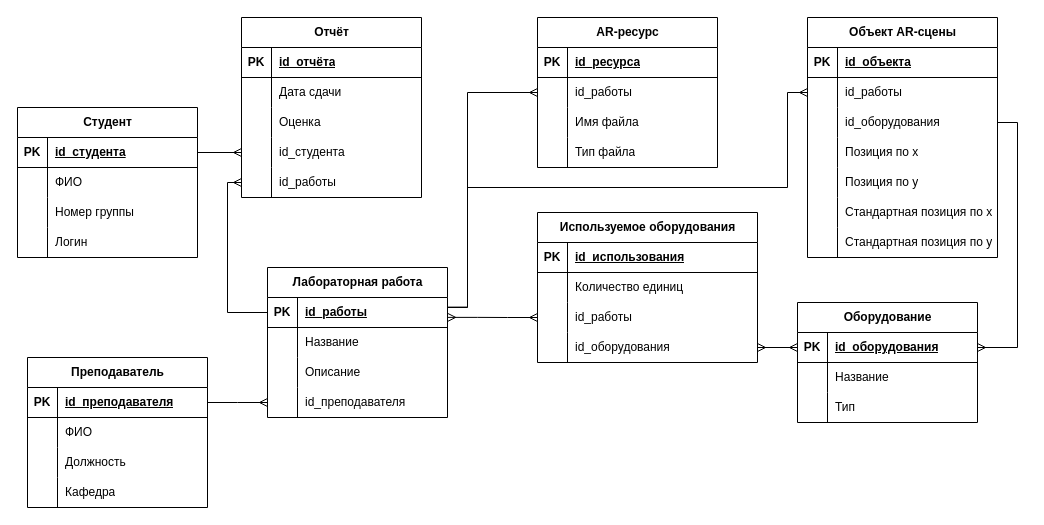
Before: models/er_logical.drawio in IamYonnie/Ucheb_pratc2026, a draw.io diagram. Source tidied: cells renumbered, new cells numbered last; positions are measured from the earlier drawing's top-left corner, leaving out a move shared by most shapes. Both pictures are drawn from the tidied source at 100%, with x=0, y=0 at pixel (17, 17).
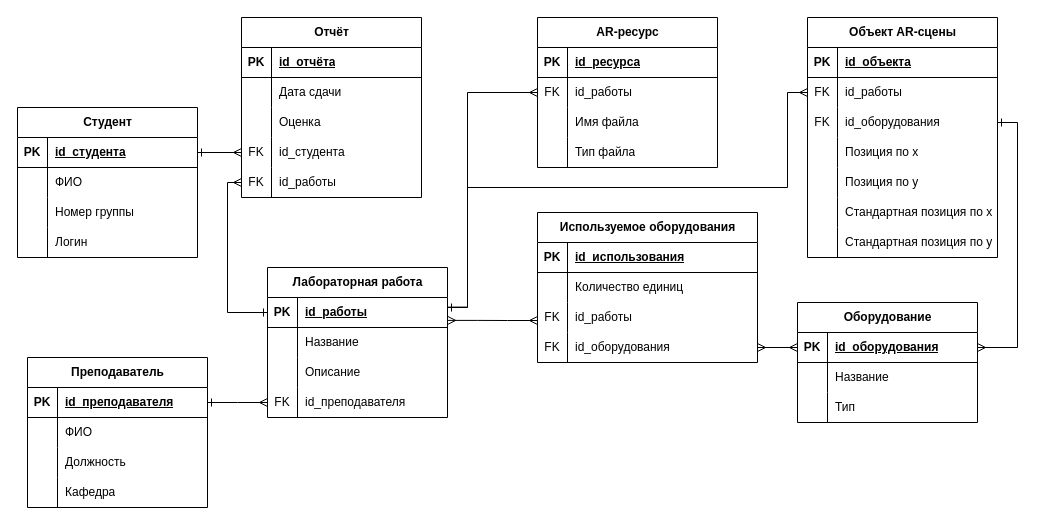
The same page after the edit.

Unchanged cells that the change refers to:
```xml
<mxCell id="12" style="shape=tableRow;horizontal=0;startSize=0;swimlaneHead=0;swimlaneBody=0;fillColor=none;points=[[0,0.5],[1,0.5]];portConstraint=eastwest;top=0;left=0;right=0;bottom=0;" parent="2" vertex="1">
  <mxGeometry y="120" width="180" height="30" as="geometry" />
</mxCell>
<mxCell id="15" style="shape=tableRow;horizontal=0;startSize=0;swimlaneHead=0;swimlaneBody=0;fillColor=none;points=[[0,0.5],[1,0.5]];portConstraint=eastwest;top=0;left=0;right=0;bottom=0;" parent="2" vertex="1">
  <mxGeometry y="150" width="180" height="30" as="geometry" />
</mxCell>
<mxCell id="19" style="shape=tableRow;horizontal=0;startSize=0;swimlaneHead=0;swimlaneBody=0;fillColor=none;points=[[0,0.5],[1,0.5]];portConstraint=eastwest;top=0;left=0;right=0;bottom=1;" parent="18" vertex="1">
  <mxGeometry y="30" width="180" height="30" as="geometry" />
</mxCell>
<mxCell id="28" value="Лабораторная работа" style="shape=table;startSize=30;childLayout=tableLayout;rowLines=0;fontStyle=1;align=center;html=1;" parent="1" vertex="1">
  <mxGeometry x="250" y="250" width="180" height="150" as="geometry" />
</mxCell>
<mxCell id="29" style="shape=tableRow;horizontal=0;startSize=0;swimlaneHead=0;swimlaneBody=0;fillColor=none;points=[[0,0.5],[1,0.5]];portConstraint=eastwest;top=0;left=0;right=0;bottom=1;" parent="28" vertex="1">
  <mxGeometry y="30" width="180" height="30" as="geometry" />
</mxCell>
<mxCell id="38" style="shape=tableRow;horizontal=0;startSize=0;swimlaneHead=0;swimlaneBody=0;fillColor=none;points=[[0,0.5],[1,0.5]];portConstraint=eastwest;top=0;left=0;right=0;bottom=0;" parent="28" vertex="1">
  <mxGeometry y="120" width="180" height="30" as="geometry" />
</mxCell>
<mxCell id="42" style="shape=tableRow;horizontal=0;startSize=0;swimlaneHead=0;swimlaneBody=0;fillColor=none;points=[[0,0.5],[1,0.5]];portConstraint=eastwest;top=0;left=0;right=0;bottom=1;" parent="41" vertex="1">
  <mxGeometry y="30" width="180" height="30" as="geometry" />
</mxCell>
<mxCell id="55" style="shape=tableRow;horizontal=0;startSize=0;swimlaneHead=0;swimlaneBody=0;fillColor=none;points=[[0,0.5],[1,0.5]];portConstraint=eastwest;top=0;left=0;right=0;bottom=1;" parent="54" vertex="1">
  <mxGeometry y="30" width="180" height="30" as="geometry" />
</mxCell>
<mxCell id="74" style="shape=tableRow;horizontal=0;startSize=0;swimlaneHead=0;swimlaneBody=0;fillColor=none;points=[[0,0.5],[1,0.5]];portConstraint=eastwest;top=0;left=0;right=0;bottom=0;" parent="67" vertex="1">
  <mxGeometry y="90" width="220" height="30" as="geometry" />
</mxCell>
<mxCell id="77" style="shape=tableRow;horizontal=0;startSize=0;swimlaneHead=0;swimlaneBody=0;fillColor=none;points=[[0,0.5],[1,0.5]];portConstraint=eastwest;top=0;left=0;right=0;bottom=0;" parent="67" vertex="1">
  <mxGeometry y="120" width="220" height="30" as="geometry" />
</mxCell>
<mxCell id="89" style="shape=tableRow;horizontal=0;startSize=0;swimlaneHead=0;swimlaneBody=0;fillColor=none;points=[[0,0.5],[1,0.5]];portConstraint=eastwest;top=0;left=0;right=0;bottom=0;" parent="85" vertex="1">
  <mxGeometry y="60" width="180" height="30" as="geometry" />
</mxCell>
<mxCell id="102" style="shape=tableRow;horizontal=0;startSize=0;swimlaneHead=0;swimlaneBody=0;fillColor=none;points=[[0,0.5],[1,0.5]];portConstraint=eastwest;top=0;left=0;right=0;bottom=0;" parent="98" vertex="1">
  <mxGeometry y="60" width="190" height="30" as="geometry" />
</mxCell>
<mxCell id="105" style="shape=tableRow;horizontal=0;startSize=0;swimlaneHead=0;swimlaneBody=0;fillColor=none;points=[[0,0.5],[1,0.5]];portConstraint=eastwest;top=0;left=0;right=0;bottom=0;" parent="98" vertex="1">
  <mxGeometry y="90" width="190" height="30" as="geometry" />
</mxCell>
```

Diff of the diagram source:
```diff
@@
-    <mxCell id="13" style="shape=partialRectangle;fillColor=none;top=0;left=0;bottom=0;right=0;overflow=hidden;whiteSpace=wrap;html=1;" parent="12" vertex="1">
+    <mxCell id="13" value="FK" style="shape=partialRectangle;fillColor=none;top=0;left=0;bottom=0;right=0;overflow=hidden;whiteSpace=wrap;html=1;" parent="12" vertex="1">
       <mxGeometry width="30" height="30" as="geometry" />
     </mxCell>
@@
-    <mxCell id="16" style="shape=partialRectangle;fillColor=none;top=0;left=0;bottom=0;right=0;overflow=hidden;whiteSpace=wrap;html=1;" parent="15" vertex="1">
+    <mxCell id="16" value="FK" style="shape=partialRectangle;fillColor=none;top=0;left=0;bottom=0;right=0;overflow=hidden;whiteSpace=wrap;html=1;" parent="15" vertex="1">
       <mxGeometry width="30" height="30" as="geometry" />
     </mxCell>
@@
-    <mxCell id="39" style="shape=partialRectangle;fillColor=none;top=0;left=0;bottom=0;right=0;overflow=hidden;whiteSpace=wrap;html=1;" parent="38" vertex="1">
+    <mxCell id="39" value="FK" style="shape=partialRectangle;fillColor=none;top=0;left=0;bottom=0;right=0;overflow=hidden;whiteSpace=wrap;html=1;" parent="38" vertex="1">
       <mxGeometry width="30" height="30" as="geometry" />
     </mxCell>
@@
+    <mxCell id="123" style="edgeStyle=orthogonalEdgeStyle;rounded=0;jettySize=auto;html=1;innerLoopWaypoints=1;exitX=1;exitY=0.5;exitDx=0;exitDy=0;defaultLabelBackgroundColor=page;labelPadding=0 4;endArrow=none;endFill=0;" parent="28" edge="1" source="29">
+      <mxGeometry x="0.02" relative="1" as="geometry">
+        <mxPoint x="180" y="40" as="targetPoint" />
+      </mxGeometry>
+    </mxCell>
@@
-    <mxCell id="75" style="shape=partialRectangle;fillColor=none;top=0;left=0;bottom=0;right=0;overflow=hidden;whiteSpace=wrap;html=1;" parent="74" vertex="1">
+    <mxCell id="75" value="FK" style="shape=partialRectangle;fillColor=none;top=0;left=0;bottom=0;right=0;overflow=hidden;whiteSpace=wrap;html=1;" parent="74" vertex="1">
       <mxGeometry width="30" height="30" as="geometry" />
     </mxCell>
@@
-    <mxCell id="78" style="shape=partialRectangle;fillColor=none;top=0;left=0;bottom=0;right=0;overflow=hidden;whiteSpace=wrap;html=1;" parent="77" vertex="1">
+    <mxCell id="78" value="FK" style="shape=partialRectangle;fillColor=none;top=0;left=0;bottom=0;right=0;overflow=hidden;whiteSpace=wrap;html=1;" parent="77" vertex="1">
       <mxGeometry width="30" height="30" as="geometry" />
     </mxCell>
@@
-    <mxCell id="80" style="edgeStyle=entityRelationEdgeStyle;fontSize=12;html=1;endArrow=ERmany;startArrow=ERmany;rounded=0;exitX=1.001;exitY=0.663;exitDx=0;exitDy=0;exitPerimeter=0;" parent="1" edge="1" source="29" target="74">
-      <mxGeometry x="0.59" relative="1" as="geometry" />
+    <mxCell id="80" style="edgeStyle=entityRelationEdgeStyle;fontSize=12;html=1;endArrow=ERmany;startArrow=ERmany;rounded=0;exitX=1.001;exitY=0.663;exitDx=0;exitDy=0;exitPerimeter=0;" parent="1" edge="1">
+      <mxGeometry x="0.59" relative="1" as="geometry">
+        <mxPoint x="430.2" y="302.9" as="sourcePoint" />
+        <mxPoint x="520" y="303" as="targetPoint" />
+      </mxGeometry>
     </mxCell>
@@
-    <mxCell id="82" style="edgeStyle=entityRelationEdgeStyle;fontSize=12;html=1;endArrow=ERmany;rounded=0;exitX=1;exitY=0.5;exitDx=0;exitDy=0;entryX=0;entryY=0.5;entryDx=0;entryDy=0;" parent="1" edge="1" source="42" target="38">
+    <mxCell id="82" style="edgeStyle=entityRelationEdgeStyle;fontSize=12;html=1;endArrow=ERmany;rounded=0;exitX=1;exitY=0.5;exitDx=0;exitDy=0;entryX=0;entryY=0.5;entryDx=0;entryDy=0;startArrow=ERone;startFill=0;" parent="1" edge="1" source="42" target="38">
       <mxGeometry relative="1" as="geometry" />
     </mxCell>
-    <mxCell id="83" style="edgeStyle=entityRelationEdgeStyle;fontSize=12;html=1;endArrow=ERmany;rounded=0;exitX=1;exitY=0.5;exitDx=0;exitDy=0;entryX=0;entryY=0.5;entryDx=0;entryDy=0;" parent="1" edge="1" source="55" target="12">
-      <mxGeometry relative="1" as="geometry" />
+    <mxCell id="83" style="edgeStyle=entityRelationEdgeStyle;fontSize=12;html=1;endArrow=ERmany;rounded=0;exitX=1;exitY=0.5;exitDx=0;exitDy=0;entryX=0;entryY=0.5;entryDx=0;entryDy=0;startArrow=ERone;startFill=0;" parent="1" edge="1" source="55" target="12">
+      <mxGeometry x="0.42" relative="1" as="geometry" />
     </mxCell>
-    <mxCell id="84" style="edgeStyle=orthogonalEdgeStyle;fontSize=12;html=1;endArrow=ERmany;rounded=0;exitX=0;exitY=0.5;exitDx=0;exitDy=0;entryX=0;entryY=0.5;entryDx=0;entryDy=0;" parent="1" edge="1" source="29" target="15">
+    <mxCell id="84" style="edgeStyle=orthogonalEdgeStyle;fontSize=12;html=1;endArrow=ERmany;rounded=0;exitX=0;exitY=0.5;exitDx=0;exitDy=0;entryX=0;entryY=0.5;entryDx=0;entryDy=0;startArrow=ERone;startFill=0;" parent="1" edge="1" source="29" target="15">
       <mxGeometry x="0.05" relative="1" as="geometry">
         <Array as="points">
           <mxPoint x="210" y="295" />
           <mxPoint x="210" y="165" />
         </Array>
       </mxGeometry>
     </mxCell>
@@
-    <mxCell id="90" style="shape=partialRectangle;fillColor=none;top=0;left=0;bottom=0;right=0;overflow=hidden;whiteSpace=wrap;html=1;" parent="89" vertex="1">
+    <mxCell id="90" value="FK" style="shape=partialRectangle;fillColor=none;top=0;left=0;bottom=0;right=0;overflow=hidden;whiteSpace=wrap;html=1;" parent="89" vertex="1">
       <mxGeometry width="30" height="30" as="geometry" />
     </mxCell>
@@
-    <mxCell id="103" style="shape=partialRectangle;fillColor=none;top=0;left=0;bottom=0;right=0;overflow=hidden;whiteSpace=wrap;html=1;" parent="102" vertex="1">
+    <mxCell id="103" value="FK" style="shape=partialRectangle;fillColor=none;top=0;left=0;bottom=0;right=0;overflow=hidden;whiteSpace=wrap;html=1;" parent="102" vertex="1">
       <mxGeometry width="30" height="30" as="geometry" />
     </mxCell>
@@
-    <mxCell id="106" style="shape=partialRectangle;fillColor=none;top=0;left=0;bottom=0;right=0;overflow=hidden;whiteSpace=wrap;html=1;" parent="105" vertex="1">
+    <mxCell id="106" value="FK" style="shape=partialRectangle;fillColor=none;top=0;left=0;bottom=0;right=0;overflow=hidden;whiteSpace=wrap;html=1;" parent="105" vertex="1">
       <mxGeometry width="30" height="30" as="geometry" />
     </mxCell>
@@
-    <mxCell id="120" style="edgeStyle=orthogonalEdgeStyle;rounded=0;jettySize=auto;html=1;exitX=1;exitY=0.5;exitDx=0;exitDy=0;entryX=0;entryY=0.5;entryDx=0;entryDy=0;defaultLabelBackgroundColor=page;labelPadding=0 4;endArrow=ERmany;endFill=0;" parent="1" edge="1" source="29" target="89">
-      <mxGeometry relative="1" as="geometry">
+    <mxCell id="120" style="edgeStyle=orthogonalEdgeStyle;rounded=0;jettySize=auto;html=1;entryX=0;entryY=0.5;entryDx=0;entryDy=0;defaultLabelBackgroundColor=page;labelPadding=0 4;endArrow=ERmany;endFill=0;startArrow=ERone;startFill=0;" parent="1" edge="1" target="89">
+      <mxGeometry x="-0.02" relative="1" as="geometry">
+        <mxPoint x="430" y="290" as="sourcePoint" />
         <Array as="points">
           <mxPoint x="430" y="290" />
           <mxPoint x="450" y="290" />
           <mxPoint x="450" y="75" />
         </Array>
       </mxGeometry>
     </mxCell>
@@
-    <mxCell id="122" style="edgeStyle=orthogonalEdgeStyle;rounded=0;jettySize=auto;html=1;exitX=1;exitY=0.5;exitDx=0;exitDy=0;entryX=1;entryY=0.5;entryDx=0;entryDy=0;defaultLabelBackgroundColor=page;labelPadding=0 4;endArrow=ERmany;endFill=0;" parent="1" edge="1" source="105" target="19">
+    <mxCell id="122" style="edgeStyle=orthogonalEdgeStyle;rounded=0;jettySize=auto;html=1;exitX=1;exitY=0.5;exitDx=0;exitDy=0;entryX=1;entryY=0.5;entryDx=0;entryDy=0;defaultLabelBackgroundColor=page;labelPadding=0 4;endArrow=ERmany;endFill=0;startArrow=ERone;startFill=0;" parent="1" edge="1" source="105" target="19">
       <mxGeometry relative="1" as="geometry" />
     </mxCell>
```
